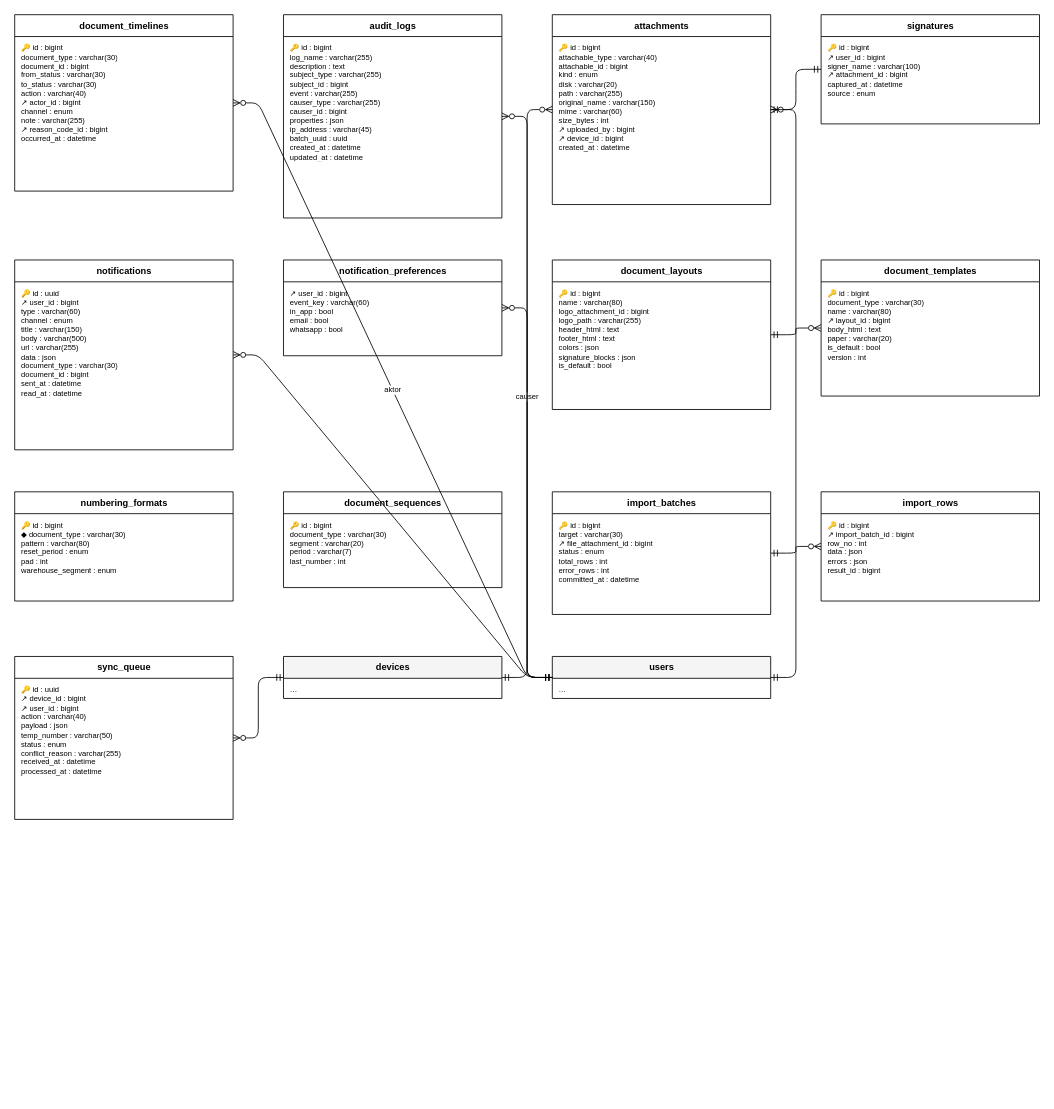
This is docs/diagram/erd-umum.drawio from HengkyDarmawan/wms, a draw.io file, before an edit. Source tidied: cells renumbered, new cells numbered last; positions are measured from the earlier drawing's top-left corner, leaving out a move shared by most shapes. Both pictures are drawn from the tidied source at 84%, with x=0, y=0 at pixel (14, 14).
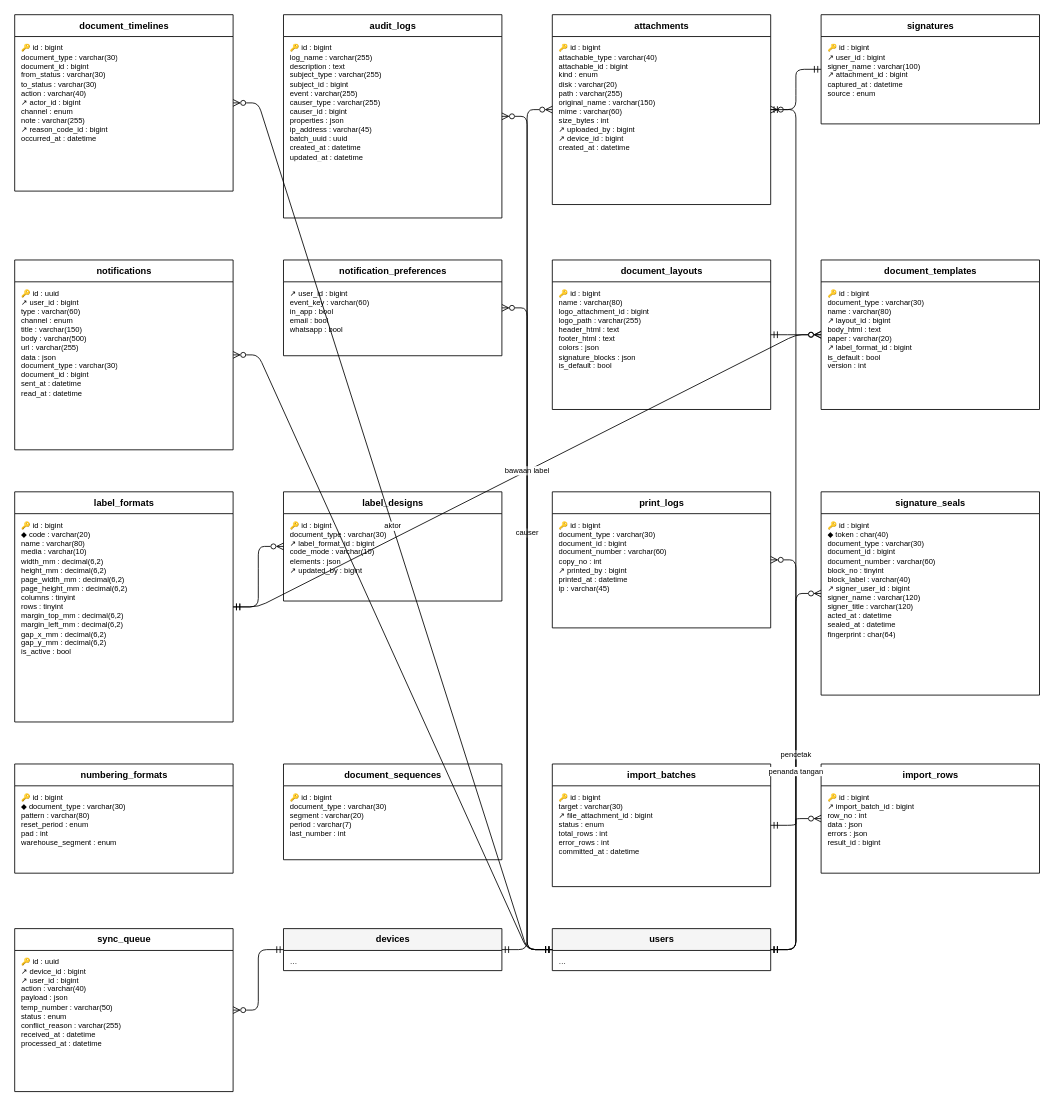
Above is the later version.

The change refers to these unchanged cells:
```xml
<mxCell id="6" value="attachments" style="swimlane;fontStyle=1;horizontal=1;startSize=26;html=1;fontSize=11;fillColor=#FFFFFF;" parent="1" vertex="1">
  <mxGeometry x="640" width="260" height="226" as="geometry" />
</mxCell>
```

Change to the diagram source:
```diff
@@
     <mxCell id="16" value="document_templates" style="swimlane;fontStyle=1;horizontal=1;startSize=26;html=1;fontSize=11;fillColor=#FFFFFF;" parent="1" vertex="1">
-      <mxGeometry x="960" y="292" width="260" height="162" as="geometry" />
+      <mxGeometry x="960" y="292" width="260" height="178" as="geometry" />
     </mxCell>
-    <mxCell id="17" value="🔑 id : bigint&lt;br&gt;document_type : varchar(30)&lt;br&gt;name : varchar(80)&lt;br&gt;↗ layout_id : bigint&lt;br&gt;body_html : text&lt;br&gt;paper : varchar(20)&lt;br&gt;is_default : bool&lt;br&gt;version : int" style="text;html=1;strokeColor=none;fillColor=none;align=left;verticalAlign=top;spacingLeft=6;spacingTop=2;fontSize=9;whiteSpace=wrap;overflow=hidden;" parent="16" vertex="1">
-      <mxGeometry y="26" width="260" height="136" as="geometry" />
+    <mxCell id="17" value="🔑 id : bigint&lt;br&gt;document_type : varchar(30)&lt;br&gt;name : varchar(80)&lt;br&gt;↗ layout_id : bigint&lt;br&gt;body_html : text&lt;br&gt;paper : varchar(20)&lt;br&gt;↗ label_format_id : bigint&lt;br&gt;is_default : bool&lt;br&gt;version : int" style="text;html=1;strokeColor=none;fillColor=none;align=left;verticalAlign=top;spacingLeft=6;spacingTop=2;fontSize=9;whiteSpace=wrap;overflow=hidden;" parent="16" vertex="1">
+      <mxGeometry y="26" width="260" height="152" as="geometry" />
     </mxCell>
+    <mxCell id="42" value="label_formats" style="swimlane;fontStyle=1;horizontal=1;startSize=26;html=1;fontSize=11;fillColor=#FFFFFF;" parent="1" vertex="1">
+      <mxGeometry y="568" width="260" height="274" as="geometry" />
+    </mxCell>
+    <mxCell id="43" value="🔑 id : bigint&lt;br&gt;◆ code : varchar(20)&lt;br&gt;name : varchar(80)&lt;br&gt;media : varchar(10)&lt;br&gt;width_mm : decimal(6,2)&lt;br&gt;height_mm : decimal(6,2)&lt;br&gt;page_width_mm : decimal(6,2)&lt;br&gt;page_height_mm : decimal(6,2)&lt;br&gt;columns : tinyint&lt;br&gt;rows : tinyint&lt;br&gt;margin_top_mm : decimal(6,2)&lt;br&gt;margin_left_mm : decimal(6,2)&lt;br&gt;gap_x_mm : decimal(6,2)&lt;br&gt;gap_y_mm : decimal(6,2)&lt;br&gt;is_active : bool" style="text;html=1;strokeColor=none;fillColor=none;align=left;verticalAlign=top;spacingLeft=6;spacingTop=2;fontSize=9;whiteSpace=wrap;overflow=hidden;" parent="42" vertex="1">
+      <mxGeometry y="26" width="260" height="248" as="geometry" />
+    </mxCell>
+    <mxCell id="44" value="label_designs" style="swimlane;fontStyle=1;horizontal=1;startSize=26;html=1;fontSize=11;fillColor=#FFFFFF;" parent="1" vertex="1">
+      <mxGeometry x="320" y="568" width="260" height="130" as="geometry" />
+    </mxCell>
+    <mxCell id="45" value="🔑 id : bigint&lt;br&gt;document_type : varchar(30)&lt;br&gt;↗ label_format_id : bigint&lt;br&gt;code_mode : varchar(10)&lt;br&gt;elements : json&lt;br&gt;↗ updated_by : bigint" style="text;html=1;strokeColor=none;fillColor=none;align=left;verticalAlign=top;spacingLeft=6;spacingTop=2;fontSize=9;whiteSpace=wrap;overflow=hidden;" parent="44" vertex="1">
+      <mxGeometry y="26" width="260" height="104" as="geometry" />
+    </mxCell>
+    <mxCell id="46" value="print_logs" style="swimlane;fontStyle=1;horizontal=1;startSize=26;html=1;fontSize=11;fillColor=#FFFFFF;" parent="1" vertex="1">
+      <mxGeometry x="640" y="568" width="260" height="162" as="geometry" />
+    </mxCell>
+    <mxCell id="47" value="🔑 id : bigint&lt;br&gt;document_type : varchar(30)&lt;br&gt;document_id : bigint&lt;br&gt;document_number : varchar(60)&lt;br&gt;copy_no : int&lt;br&gt;↗ printed_by : bigint&lt;br&gt;printed_at : datetime&lt;br&gt;ip : varchar(45)" style="text;html=1;strokeColor=none;fillColor=none;align=left;verticalAlign=top;spacingLeft=6;spacingTop=2;fontSize=9;whiteSpace=wrap;overflow=hidden;" parent="46" vertex="1">
+      <mxGeometry y="26" width="260" height="136" as="geometry" />
+    </mxCell>
+    <mxCell id="48" value="signature_seals" style="swimlane;fontStyle=1;horizontal=1;startSize=26;html=1;fontSize=11;fillColor=#FFFFFF;" parent="1" vertex="1">
+      <mxGeometry x="960" y="568" width="260" height="242" as="geometry" />
+    </mxCell>
+    <mxCell id="49" value="🔑 id : bigint&lt;br&gt;◆ token : char(40)&lt;br&gt;document_type : varchar(30)&lt;br&gt;document_id : bigint&lt;br&gt;document_number : varchar(60)&lt;br&gt;block_no : tinyint&lt;br&gt;block_label : varchar(40)&lt;br&gt;↗ signer_user_id : bigint&lt;br&gt;signer_name : varchar(120)&lt;br&gt;signer_title : varchar(120)&lt;br&gt;acted_at : datetime&lt;br&gt;sealed_at : datetime&lt;br&gt;fingerprint : char(64)" style="text;html=1;strokeColor=none;fillColor=none;align=left;verticalAlign=top;spacingLeft=6;spacingTop=2;fontSize=9;whiteSpace=wrap;overflow=hidden;" parent="48" vertex="1">
+      <mxGeometry y="26" width="260" height="216" as="geometry" />
+    </mxCell>
     <mxCell id="18" value="numbering_formats" style="swimlane;fontStyle=1;horizontal=1;startSize=26;html=1;fontSize=11;fillColor=#FFFFFF;" parent="1" vertex="1">
-      <mxGeometry y="568" width="260" height="130" as="geometry" />
+      <mxGeometry y="892" width="260" height="130" as="geometry" />
     </mxCell>
@@
     <mxCell id="20" value="document_sequences" style="swimlane;fontStyle=1;horizontal=1;startSize=26;html=1;fontSize=11;fillColor=#FFFFFF;" parent="1" vertex="1">
-      <mxGeometry x="320" y="568" width="260" height="114" as="geometry" />
+      <mxGeometry x="320" y="892" width="260" height="114" as="geometry" />
     </mxCell>
@@
     <mxCell id="22" value="import_batches" style="swimlane;fontStyle=1;horizontal=1;startSize=26;html=1;fontSize=11;fillColor=#FFFFFF;" parent="1" vertex="1">
-      <mxGeometry x="640" y="568" width="260" height="146" as="geometry" />
+      <mxGeometry x="640" y="892" width="260" height="146" as="geometry" />
     </mxCell>
@@
     <mxCell id="24" value="import_rows" style="swimlane;fontStyle=1;horizontal=1;startSize=26;html=1;fontSize=11;fillColor=#FFFFFF;" parent="1" vertex="1">
-      <mxGeometry x="960" y="568" width="260" height="130" as="geometry" />
+      <mxGeometry x="960" y="892" width="260" height="130" as="geometry" />
     </mxCell>
@@
     <mxCell id="26" value="sync_queue" style="swimlane;fontStyle=1;horizontal=1;startSize=26;html=1;fontSize=11;fillColor=#FFFFFF;" parent="1" vertex="1">
-      <mxGeometry y="764" width="260" height="194" as="geometry" />
+      <mxGeometry y="1088" width="260" height="194" as="geometry" />
     </mxCell>
@@
     <mxCell id="28" value="devices" style="swimlane;fontStyle=1;horizontal=1;startSize=26;html=1;fontSize=11;fillColor=#F5F5F5;" parent="1" vertex="1">
-      <mxGeometry x="320" y="764" width="260" height="50" as="geometry" />
+      <mxGeometry x="320" y="1088" width="260" height="50" as="geometry" />
     </mxCell>
@@
     <mxCell id="30" value="users" style="swimlane;fontStyle=1;horizontal=1;startSize=26;html=1;fontSize=11;fillColor=#F5F5F5;" parent="1" vertex="1">
-      <mxGeometry x="640" y="764" width="260" height="50" as="geometry" />
+      <mxGeometry x="640" y="1088" width="260" height="50" as="geometry" />
     </mxCell>
@@
-    <mxCell id="39" style="edgeStyle=entityRelationEdgeStyle;fontSize=9;html=1;endArrow=ERzeroToMany;startArrow=ERmandOne;endFill=0;startFill=0;" parent="1" edge="1" source="22" target="24">
+    <mxCell id="39" value="bawaan label" style="edgeStyle=entityRelationEdgeStyle;fontSize=9;html=1;endArrow=ERzeroToMany;startArrow=ERmandOne;endFill=0;startFill=0;" parent="1" edge="1" source="42" target="16">
       <mxGeometry relative="1" as="geometry" />
     </mxCell>
-    <mxCell id="40" style="edgeStyle=entityRelationEdgeStyle;fontSize=9;html=1;endArrow=ERzeroToMany;startArrow=ERmandOne;endFill=0;startFill=0;" parent="1" edge="1" source="28" target="26">
+    <mxCell id="40" style="edgeStyle=entityRelationEdgeStyle;fontSize=9;html=1;endArrow=ERzeroToMany;startArrow=ERmandOne;endFill=0;startFill=0;" parent="1" edge="1" source="42" target="44">
       <mxGeometry relative="1" as="geometry" />
     </mxCell>
-    <mxCell id="41" style="edgeStyle=entityRelationEdgeStyle;fontSize=9;html=1;endArrow=ERzeroToMany;startArrow=ERmandOne;endFill=0;startFill=0;" parent="1" edge="1" source="28" target="6">
+    <mxCell id="41" value="pencetak" style="edgeStyle=entityRelationEdgeStyle;fontSize=9;html=1;endArrow=ERzeroToMany;startArrow=ERmandOne;endFill=0;startFill=0;" parent="1" edge="1" source="30" target="46">
       <mxGeometry relative="1" as="geometry" />
     </mxCell>
+    <mxCell id="50" value="penanda tangan" style="edgeStyle=entityRelationEdgeStyle;fontSize=9;html=1;endArrow=ERzeroToMany;startArrow=ERmandOne;endFill=0;startFill=0;" parent="1" edge="1" source="30" target="48">
+      <mxGeometry relative="1" as="geometry" />
+    </mxCell>
+    <mxCell id="51" style="edgeStyle=entityRelationEdgeStyle;fontSize=9;html=1;endArrow=ERzeroToMany;startArrow=ERmandOne;endFill=0;startFill=0;" parent="1" edge="1" source="22" target="24">
+      <mxGeometry relative="1" as="geometry" />
+    </mxCell>
+    <mxCell id="52" style="edgeStyle=entityRelationEdgeStyle;fontSize=9;html=1;endArrow=ERzeroToMany;startArrow=ERmandOne;endFill=0;startFill=0;" parent="1" edge="1" source="28" target="26">
+      <mxGeometry relative="1" as="geometry" />
+    </mxCell>
+    <mxCell id="53" style="edgeStyle=entityRelationEdgeStyle;fontSize=9;html=1;endArrow=ERzeroToMany;startArrow=ERmandOne;endFill=0;startFill=0;" parent="1" edge="1" source="28" target="6">
+      <mxGeometry relative="1" as="geometry" />
+    </mxCell>
```
